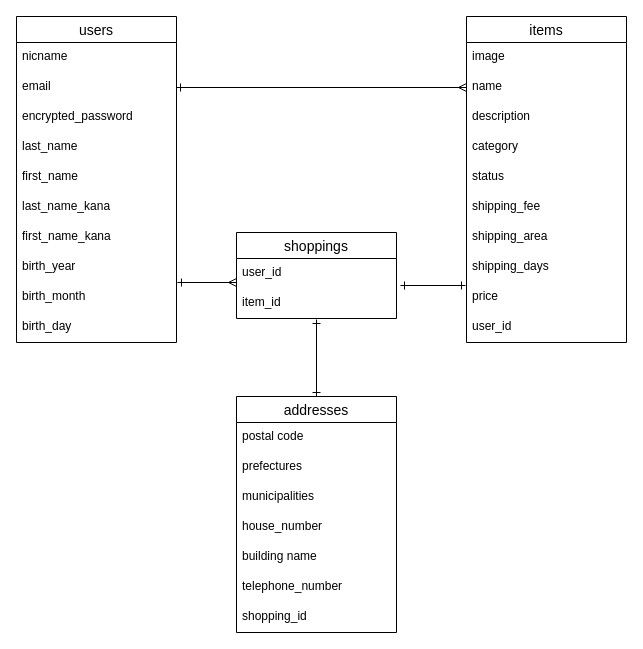
The draw.io diagram test.dio in ken1fuku/furima-37185, before the edit. Source tidied: cells renumbered, new cells numbered last; positions are measured from the earlier drawing's top-left corner, leaving out a move shared by most shapes. Both pictures are drawn from the tidied source at 100%, with x=0, y=0 at pixel (16, 16).
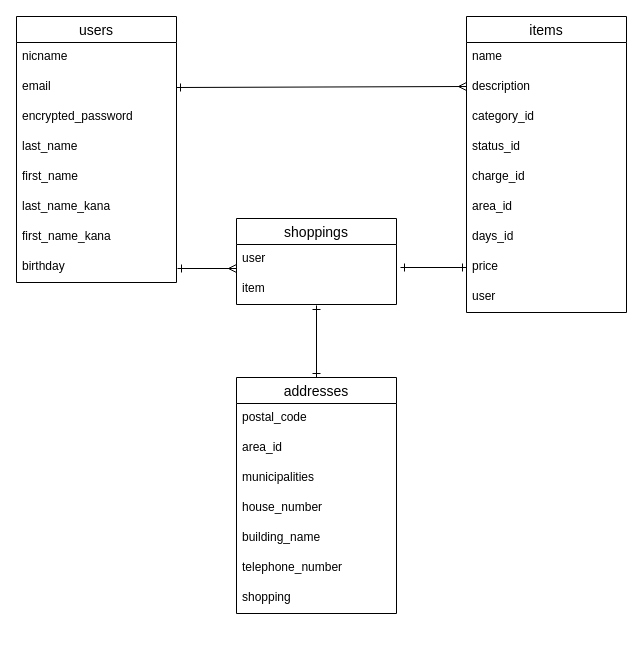
The same page after the edit.

Unchanged cells that the change refers to:
```xml
<mxCell id="4" value="email" style="text;strokeColor=none;fillColor=none;spacingLeft=4;spacingRight=4;overflow=hidden;points=[[0,0.5],[1,0.5]];portConstraint=eastwest;fontSize=12;" parent="2" vertex="1">
  <mxGeometry y="56" width="160" height="30" as="geometry" />
</mxCell>
```

The edit, as a diff of the source:
```diff
@@
     <mxCell id="2" value="users" style="swimlane;fontStyle=0;horizontal=1;startSize=26;align=center;fontSize=14;" parent="1" vertex="1">
-      <mxGeometry width="160" height="326" as="geometry" />
+      <mxGeometry width="160" height="266" as="geometry" />
     </mxCell>
@@
-    <mxCell id="10" value="birth_year" style="text;strokeColor=none;fillColor=none;spacingLeft=4;spacingRight=4;overflow=hidden;fontSize=12;" parent="2" vertex="1">
+    <mxCell id="10" value="birthday" style="text;strokeColor=none;fillColor=none;spacingLeft=4;spacingRight=4;overflow=hidden;fontSize=12;" parent="2" vertex="1">
       <mxGeometry y="236" width="160" height="30" as="geometry" />
     </mxCell>
-    <mxCell id="11" value="birth_month" style="text;strokeColor=none;fillColor=none;spacingLeft=4;spacingRight=4;overflow=hidden;points=[[0,0.5],[1,0.5]];portConstraint=eastwest;fontSize=12;" parent="2" vertex="1">
-      <mxGeometry y="266" width="160" height="30" as="geometry" />
-    </mxCell>
-    <mxCell id="12" value="birth_day" style="text;strokeColor=none;fillColor=none;spacingLeft=4;spacingRight=4;overflow=hidden;fontSize=12;" parent="2" vertex="1">
-      <mxGeometry y="296" width="160" height="30" as="geometry" />
-    </mxCell>
     <mxCell id="13" value="items" style="swimlane;fontStyle=0;horizontal=1;startSize=26;align=center;fontSize=14;" parent="1" vertex="1">
-      <mxGeometry x="450" width="160" height="326" as="geometry" />
+      <mxGeometry x="450" width="160" height="296" as="geometry" />
     </mxCell>
-    <mxCell id="14" value="image" style="text;strokeColor=none;fillColor=none;spacingLeft=4;spacingRight=4;overflow=hidden;fontSize=12;" parent="13" vertex="1">
-      <mxGeometry y="26" width="160" height="30" as="geometry" />
-    </mxCell>
     <mxCell id="15" value="name" style="text;strokeColor=none;fillColor=none;spacingLeft=4;spacingRight=4;overflow=hidden;points=[[0,0.5],[1,0.5]];portConstraint=eastwest;fontSize=12;" parent="13" vertex="1">
-      <mxGeometry y="56" width="160" height="30" as="geometry" />
+      <mxGeometry y="26" width="160" height="30" as="geometry" />
     </mxCell>
     <mxCell id="16" value="description" style="text;strokeColor=none;fillColor=none;spacingLeft=4;spacingRight=4;overflow=hidden;fontSize=12;" parent="13" vertex="1">
-      <mxGeometry y="86" width="160" height="30" as="geometry" />
+      <mxGeometry y="56" width="160" height="30" as="geometry" />
     </mxCell>
-    <mxCell id="17" value="category" style="text;strokeColor=none;fillColor=none;spacingLeft=4;spacingRight=4;overflow=hidden;fontSize=12;" parent="13" vertex="1">
-      <mxGeometry y="116" width="160" height="30" as="geometry" />
+    <mxCell id="17" value="category_id" style="text;strokeColor=none;fillColor=none;spacingLeft=4;spacingRight=4;overflow=hidden;fontSize=12;" parent="13" vertex="1">
+      <mxGeometry y="86" width="160" height="30" as="geometry" />
     </mxCell>
-    <mxCell id="18" value="status" style="text;strokeColor=none;fillColor=none;spacingLeft=4;spacingRight=4;overflow=hidden;fontSize=12;" parent="13" vertex="1">
-      <mxGeometry y="146" width="160" height="30" as="geometry" />
+    <mxCell id="18" value="status_id" style="text;strokeColor=none;fillColor=none;spacingLeft=4;spacingRight=4;overflow=hidden;fontSize=12;" parent="13" vertex="1">
+      <mxGeometry y="116" width="160" height="30" as="geometry" />
     </mxCell>
-    <mxCell id="19" value="shipping_fee" style="text;strokeColor=none;fillColor=none;spacingLeft=4;spacingRight=4;overflow=hidden;fontSize=12;" parent="13" vertex="1">
-      <mxGeometry y="176" width="160" height="30" as="geometry" />
+    <mxCell id="19" value="charge_id" style="text;strokeColor=none;fillColor=none;spacingLeft=4;spacingRight=4;overflow=hidden;fontSize=12;" parent="13" vertex="1">
+      <mxGeometry y="146" width="160" height="30" as="geometry" />
     </mxCell>
-    <mxCell id="20" value="shipping_area" style="text;strokeColor=none;fillColor=none;spacingLeft=4;spacingRight=4;overflow=hidden;fontSize=12;" parent="13" vertex="1">
-      <mxGeometry y="206" width="160" height="30" as="geometry" />
+    <mxCell id="20" value="area_id" style="text;strokeColor=none;fillColor=none;spacingLeft=4;spacingRight=4;overflow=hidden;fontSize=12;" parent="13" vertex="1">
+      <mxGeometry y="176" width="160" height="30" as="geometry" />
     </mxCell>
-    <mxCell id="21" value="shipping_days" style="text;strokeColor=none;fillColor=none;spacingLeft=4;spacingRight=4;overflow=hidden;fontSize=12;" parent="13" vertex="1">
-      <mxGeometry y="236" width="160" height="30" as="geometry" />
+    <mxCell id="21" value="days_id" style="text;strokeColor=none;fillColor=none;spacingLeft=4;spacingRight=4;overflow=hidden;fontSize=12;" parent="13" vertex="1">
+      <mxGeometry y="206" width="160" height="30" as="geometry" />
     </mxCell>
     <mxCell id="22" value="price" style="text;strokeColor=none;fillColor=none;spacingLeft=4;spacingRight=4;overflow=hidden;points=[[0,0.5],[1,0.5]];portConstraint=eastwest;fontSize=12;" parent="13" vertex="1">
-      <mxGeometry y="266" width="160" height="30" as="geometry" />
+      <mxGeometry y="236" width="160" height="30" as="geometry" />
     </mxCell>
-    <mxCell id="23" value="user_id" style="text;strokeColor=none;fillColor=none;spacingLeft=4;spacingRight=4;overflow=hidden;fontSize=12;" parent="13" vertex="1">
-      <mxGeometry y="296" width="160" height="30" as="geometry" />
+    <mxCell id="23" value="user" style="text;strokeColor=none;fillColor=none;spacingLeft=4;spacingRight=4;overflow=hidden;fontSize=12;" parent="13" vertex="1">
+      <mxGeometry y="266" width="160" height="30" as="geometry" />
     </mxCell>
-    <mxCell id="24" style="edgeStyle=none;html=1;exitX=1.025;exitY=0.9;exitDx=0;exitDy=0;startArrow=ERone;startFill=0;endArrow=ERone;endFill=0;exitPerimeter=0;" parent="1" edge="1" source="27">
+    <mxCell id="24" style="edgeStyle=none;html=1;startArrow=ERone;startFill=0;endArrow=ERone;endFill=0;entryX=0;entryY=0.5;entryDx=0;entryDy=0;" parent="1" edge="1" target="22">
       <mxGeometry relative="1" as="geometry">
-        <mxPoint x="449" y="269" as="targetPoint" />
+        <mxPoint x="384" y="251" as="sourcePoint" />
       </mxGeometry>
     </mxCell>
@@
     <mxCell id="26" value="shoppings" style="swimlane;fontStyle=0;horizontal=1;startSize=26;align=center;fontSize=14;" parent="1" vertex="1">
-      <mxGeometry x="220" y="216" width="160" height="86" as="geometry" />
+      <mxGeometry x="220" y="202" width="160" height="86" as="geometry" />
     </mxCell>
-    <mxCell id="27" value="user_id" style="text;strokeColor=none;fillColor=none;spacingLeft=4;spacingRight=4;overflow=hidden;points=[[0,0.5],[1,0.5]];portConstraint=eastwest;fontSize=12;" parent="26" vertex="1">
+    <mxCell id="27" value="user" style="text;strokeColor=none;fillColor=none;spacingLeft=4;spacingRight=4;overflow=hidden;points=[[0,0.5],[1,0.5]];portConstraint=eastwest;fontSize=12;" parent="26" vertex="1">
       <mxGeometry y="26" width="160" height="30" as="geometry" />
     </mxCell>
-    <mxCell id="28" value="item_id" style="text;strokeColor=none;fillColor=none;spacingLeft=4;spacingRight=4;overflow=hidden;points=[[0,0.5],[1,0.5]];portConstraint=eastwest;fontSize=12;" parent="26" vertex="1">
+    <mxCell id="28" value="item" style="text;strokeColor=none;fillColor=none;spacingLeft=4;spacingRight=4;overflow=hidden;points=[[0,0.5],[1,0.5]];portConstraint=eastwest;fontSize=12;" parent="26" vertex="1">
       <mxGeometry y="56" width="160" height="30" as="geometry" />
     </mxCell>
     <mxCell id="29" value="addresses" style="swimlane;fontStyle=0;horizontal=1;startSize=26;align=center;fontSize=14;" parent="1" vertex="1">
-      <mxGeometry x="220" y="380" width="160" height="236" as="geometry" />
+      <mxGeometry x="220" y="361" width="160" height="236" as="geometry" />
     </mxCell>
-    <mxCell id="30" value="postal code" style="text;strokeColor=none;fillColor=none;spacingLeft=4;spacingRight=4;overflow=hidden;fontSize=12;" parent="29" vertex="1">
+    <mxCell id="30" value="postal_code" style="text;strokeColor=none;fillColor=none;spacingLeft=4;spacingRight=4;overflow=hidden;fontSize=12;" parent="29" vertex="1">
       <mxGeometry y="26" width="160" height="30" as="geometry" />
     </mxCell>
-    <mxCell id="31" value="prefectures" style="text;strokeColor=none;fillColor=none;spacingLeft=4;spacingRight=4;overflow=hidden;fontSize=12;" parent="29" vertex="1">
+    <mxCell id="31" value="area_id" style="text;strokeColor=none;fillColor=none;spacingLeft=4;spacingRight=4;overflow=hidden;fontSize=12;" parent="29" vertex="1">
       <mxGeometry y="56" width="160" height="30" as="geometry" />
     </mxCell>
@@
-    <mxCell id="34" value="building name" style="text;strokeColor=none;fillColor=none;spacingLeft=4;spacingRight=4;overflow=hidden;fontSize=12;" parent="29" vertex="1">
+    <mxCell id="34" value="building_name" style="text;strokeColor=none;fillColor=none;spacingLeft=4;spacingRight=4;overflow=hidden;fontSize=12;" parent="29" vertex="1">
       <mxGeometry y="146" width="160" height="30" as="geometry" />
     </mxCell>
@@
-    <mxCell id="36" value="shopping_id" style="text;strokeColor=none;fillColor=none;spacingLeft=4;spacingRight=4;overflow=hidden;fontSize=12;" parent="29" vertex="1">
+    <mxCell id="36" value="shopping" style="text;strokeColor=none;fillColor=none;spacingLeft=4;spacingRight=4;overflow=hidden;fontSize=12;" parent="29" vertex="1">
       <mxGeometry y="206" width="160" height="30" as="geometry" />
     </mxCell>
-    <mxCell id="37" style="edgeStyle=none;html=1;exitX=1;exitY=0.5;exitDx=0;exitDy=0;entryX=0;entryY=0.5;entryDx=0;entryDy=0;startArrow=ERone;startFill=0;endArrow=ERmany;endFill=0;" parent="1" edge="1" source="4" target="15">
-      <mxGeometry relative="1" as="geometry" />
+    <mxCell id="37" style="edgeStyle=none;html=1;exitX=1;exitY=0.5;exitDx=0;exitDy=0;startArrow=ERone;startFill=0;endArrow=ERmany;endFill=0;" parent="1" edge="1" source="4">
+      <mxGeometry relative="1" as="geometry">
+        <mxPoint x="450" y="70" as="targetPoint" />
+      </mxGeometry>
     </mxCell>
-    <mxCell id="38" style="edgeStyle=none;html=1;exitX=1.006;exitY=0;exitDx=0;exitDy=0;entryX=0;entryY=0.8;entryDx=0;entryDy=0;startArrow=ERone;startFill=0;endArrow=ERmany;endFill=0;entryPerimeter=0;exitPerimeter=0;" parent="1" edge="1" source="11" target="27">
-      <mxGeometry relative="1" as="geometry" />
+    <mxCell id="38" style="edgeStyle=none;html=1;entryX=0;entryY=0.8;entryDx=0;entryDy=0;startArrow=ERone;startFill=0;endArrow=ERmany;endFill=0;entryPerimeter=0;" parent="1" edge="1" target="27">
+      <mxGeometry relative="1" as="geometry">
+        <mxPoint x="161" y="252" as="sourcePoint" />
+      </mxGeometry>
     </mxCell>
```
